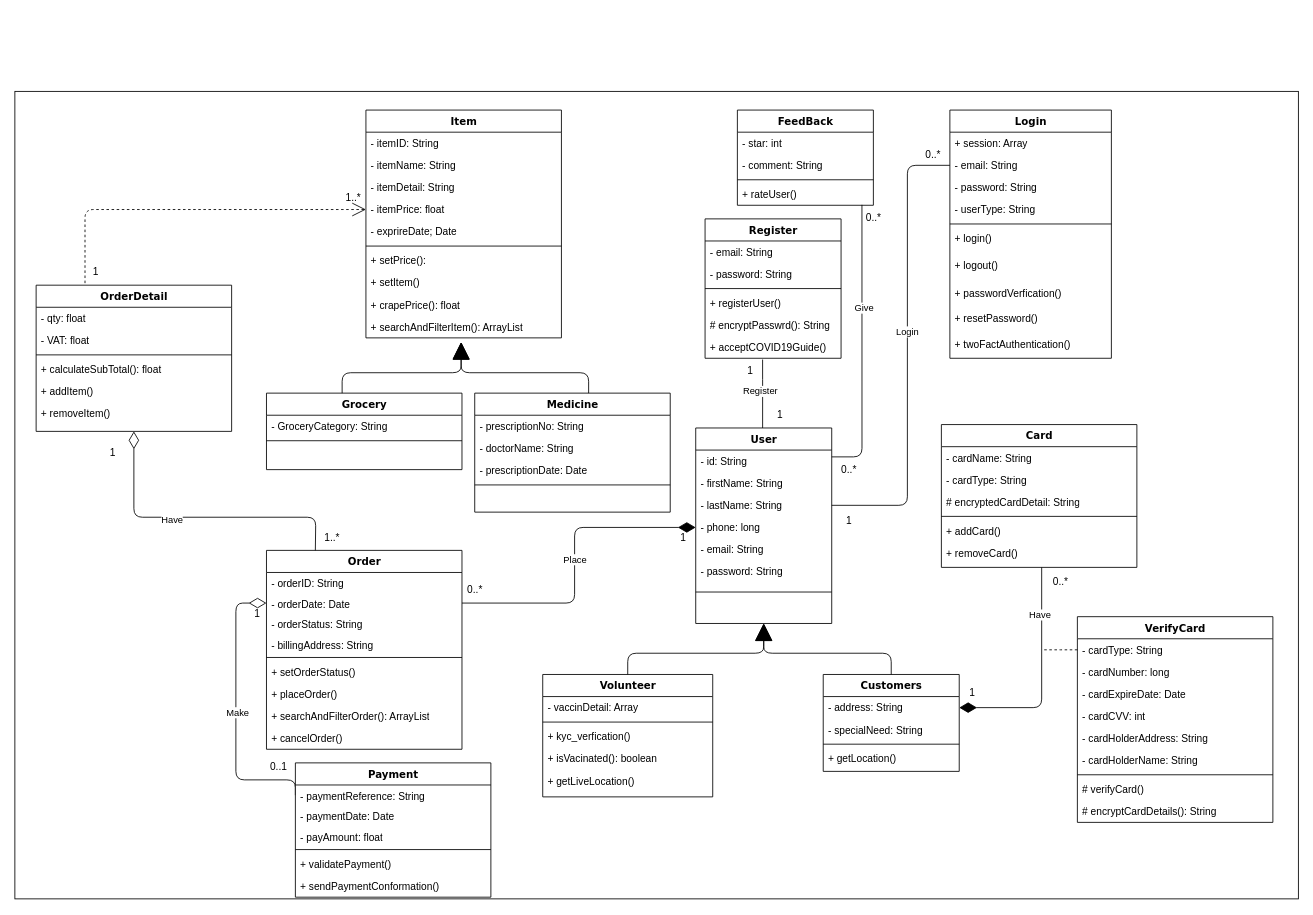
Before: Soft40091 CWK - Class Diagram.drawio in AnjeloM/AnjeloM, a draw.io diagram. Source tidied: cells renumbered, new cells numbered last; positions are measured from the earlier drawing's top-left corner, leaving out a move shared by most shapes. Both pictures are drawn from the tidied source at 85%, with x=0, y=0 at pixel (14, 91).
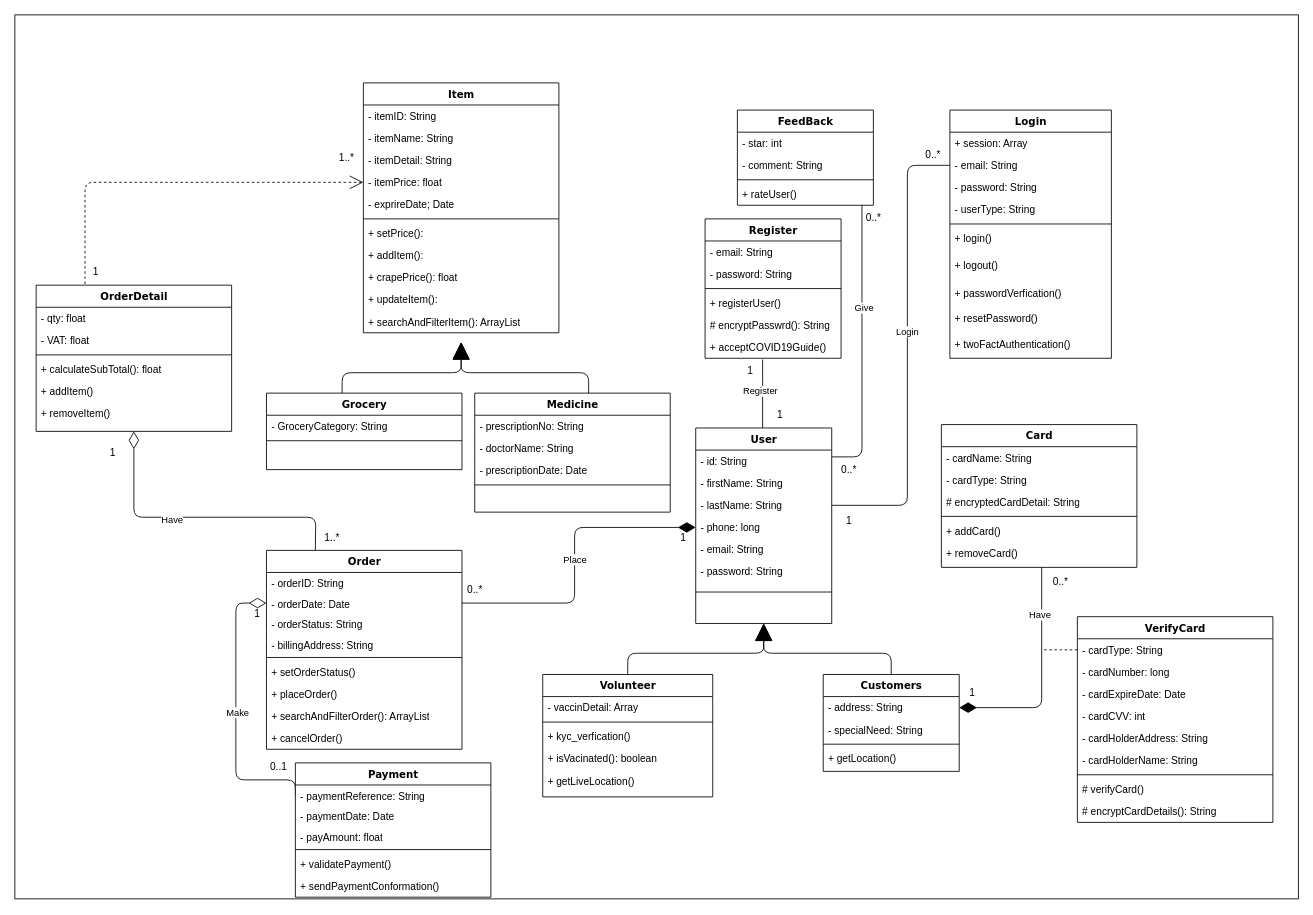
The same page after the edit.

Change to the diagram source:
```diff
@@
     <mxCell id="2" style="rounded=0;whiteSpace=wrap;html=1;fillColor=none;" parent="1" vertex="1">
-      <mxGeometry width="1510" height="950" as="geometry" />
+      <mxGeometry y="-90" width="1510" height="1040" as="geometry" />
     </mxCell>
@@
     <mxCell id="51" value="Item" style="swimlane;html=1;fontStyle=1;align=center;verticalAlign=top;horizontal=1;startSize=26;swimlaneFillColor=#ffffff;rounded=0;shadow=0;comic=0;labelBackgroundColor=none;strokeWidth=1;fillColor=none;fontFamily=Verdana;fontSize=12;" parent="1" vertex="1">
-      <mxGeometry x="413" y="22" width="230" height="268" as="geometry" />
+      <mxGeometry x="410" y="-10" width="230" height="294" as="geometry" />
     </mxCell>
@@
-    <mxCell id="59" value="+ setItem()" style="text;html=1;strokeColor=none;fillColor=none;align=left;verticalAlign=top;spacingLeft=4;spacingRight=4;whiteSpace=wrap;overflow=hidden;" parent="51" vertex="1">
+    <mxCell id="59" value="+ addItem():" style="text;html=1;strokeColor=none;fillColor=none;align=left;verticalAlign=top;spacingLeft=4;spacingRight=4;whiteSpace=wrap;overflow=hidden;" parent="51" vertex="1">
       <mxGeometry y="190" width="230" height="26" as="geometry" />
     </mxCell>
@@
+    <mxCell id="143" value="+ updateItem():" style="text;html=1;strokeColor=none;fillColor=none;align=left;verticalAlign=top;spacingLeft=4;spacingRight=4;whiteSpace=wrap;overflow=hidden;" parent="51" vertex="1">
+      <mxGeometry y="242" width="230" height="26" as="geometry" />
+    </mxCell>
     <mxCell id="61" value="+ searchAndFilterItem(): ArrayList" style="text;html=1;strokeColor=none;fillColor=none;align=left;verticalAlign=top;spacingLeft=4;spacingRight=4;whiteSpace=wrap;overflow=hidden;" parent="51" vertex="1">
-      <mxGeometry y="242" width="230" height="26" as="geometry" />
+      <mxGeometry y="268" width="230" height="26" as="geometry" />
     </mxCell>
@@
     <mxCell id="125" value="1..*" style="text;html=1;align=center;verticalAlign=middle;strokeColor=none;fillColor=none;" parent="1" vertex="1">
-      <mxGeometry x="378" y="110" width="40" height="30" as="geometry" />
+      <mxGeometry x="370" y="63" width="40" height="30" as="geometry" />
     </mxCell>
```
